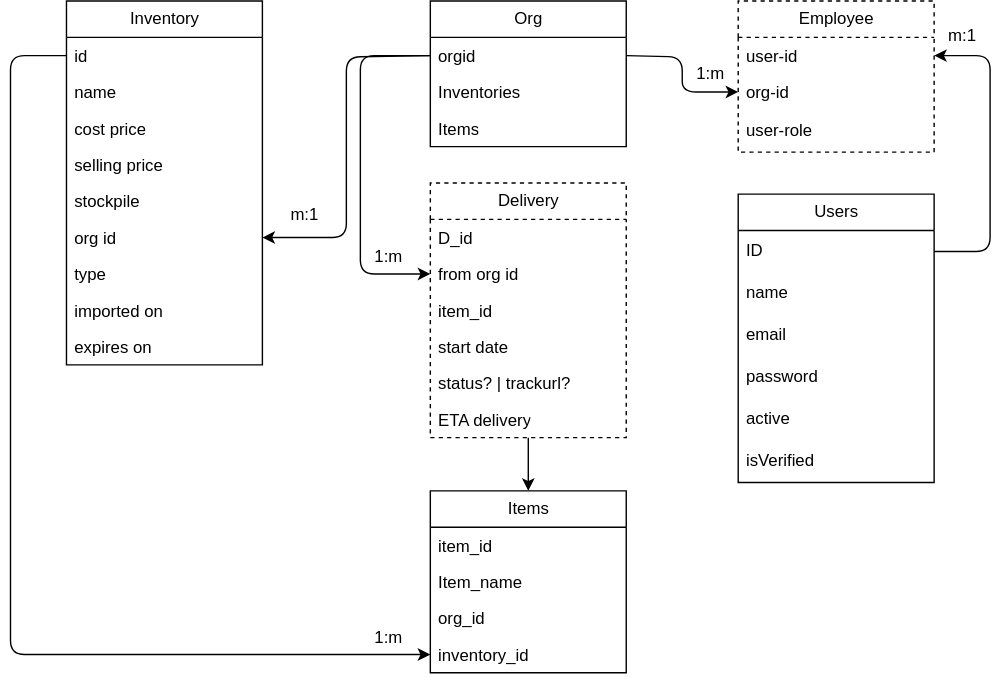
Earlier version of the draw.io export org.drawio.svg (GaurangTyagi123/logisick). Source tidied: cells renumbered, new cells last; positions are measured from the earlier drawing's top-left corner, leaving out a move shared by most shapes.
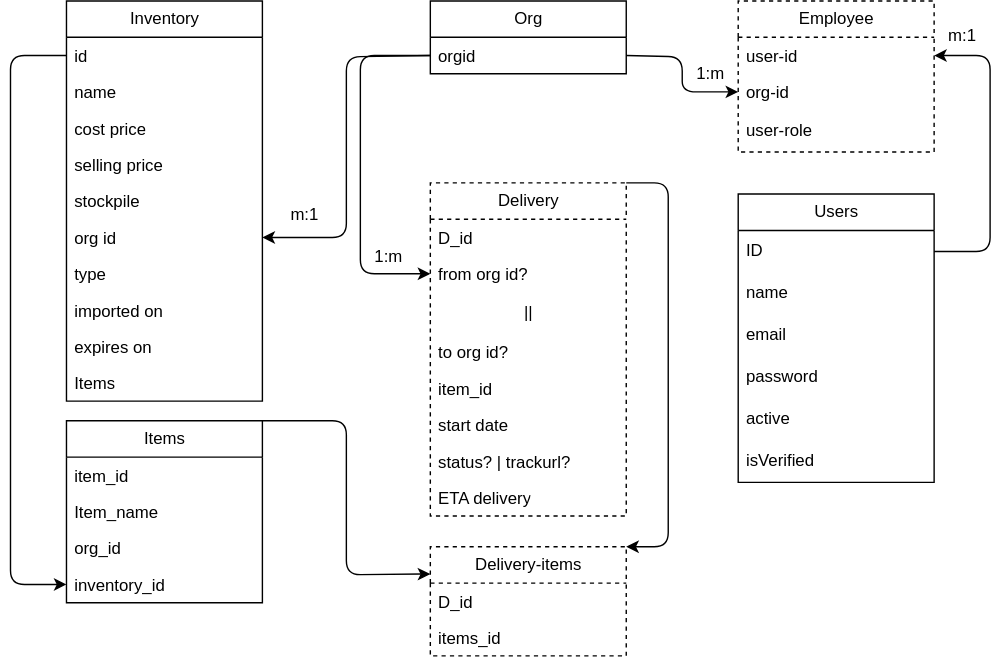
After the change.

What changed in the source:
```diff
@@ -3,17 +3,11 @@
     <mxCell id="0" />
     <mxCell id="1" parent="0" />
     <mxCell id="2" value="Org" style="swimlane;fontStyle=0;horizontal=1;startSize=26;fillColor=none;html=1;" parent="1" vertex="1">
-      <mxGeometry x="300" width="140" height="104" as="geometry" />
+      <mxGeometry x="300" width="140" height="52" as="geometry" />
     </mxCell>
     <mxCell id="3" value="orgid" style="text;strokeColor=none;fillColor=none;align=left;verticalAlign=top;spacingLeft=4;spacingRight=4;overflow=hidden;points=[[0,0.5],[1,0.5]];portConstraint=eastwest;whiteSpace=wrap;html=1;" parent="2" vertex="1">
       <mxGeometry y="26" width="140" height="26" as="geometry" />
     </mxCell>
-    <mxCell id="4" value="Inventories" style="text;strokeColor=none;fillColor=none;align=left;verticalAlign=top;spacingLeft=4;spacingRight=4;overflow=hidden;whiteSpace=wrap;html=1;" parent="2" vertex="1">
-      <mxGeometry y="52" width="140" height="26" as="geometry" />
-    </mxCell>
-    <mxCell id="5" value="Items" style="text;strokeColor=none;fillColor=none;align=left;verticalAlign=top;spacingLeft=4;spacingRight=4;overflow=hidden;whiteSpace=wrap;html=1;" parent="2" vertex="1">
-      <mxGeometry y="78" width="140" height="26" as="geometry" />
-    </mxCell>
     <mxCell id="6" value="Employee" style="swimlane;fontStyle=0;horizontal=1;startSize=26;fillColor=none;html=1;dashed=1;" parent="1" vertex="1">
       <mxGeometry x="520" width="140" height="108" as="geometry" />
     </mxCell>
@@ -26,32 +20,43 @@
     <mxCell id="9" value="user-role" style="text;strokeColor=none;fillColor=none;align=left;verticalAlign=middle;spacingLeft=4;spacingRight=4;overflow=hidden;whiteSpace=wrap;html=1;" parent="6" vertex="1">
       <mxGeometry y="78" width="140" height="30" as="geometry" />
     </mxCell>
-    <mxCell id="10" style="edgeStyle=none;html=1;exitX=0.5;exitY=1;exitDx=0;exitDy=0;entryX=0.5;entryY=0;entryDx=0;entryDy=0;" parent="1" edge="1" source="11" target="28">
-      <mxGeometry relative="1" as="geometry" />
-    </mxCell>
+    <mxCell id="50" style="edgeStyle=none;html=1;exitX=1;exitY=0;exitDx=0;exitDy=0;entryX=1;entryY=0;entryDx=0;entryDy=0;" parent="1" edge="1" source="11" target="54">
+      <mxGeometry relative="1" as="geometry">
+        <Array as="points">
+          <mxPoint x="470" y="130" />
+          <mxPoint x="470" y="390" />
+        </Array>
+      </mxGeometry>
+    </mxCell>
     <mxCell id="11" value="Delivery" style="swimlane;fontStyle=0;horizontal=1;startSize=26;fillColor=none;html=1;dashed=1;" parent="1" vertex="1">
-      <mxGeometry x="300" y="130" width="140" height="182" as="geometry" />
+      <mxGeometry x="300" y="130" width="140" height="238" as="geometry" />
     </mxCell>
     <mxCell id="12" value="D_id" style="text;strokeColor=none;fillColor=none;align=left;verticalAlign=top;spacingLeft=4;spacingRight=4;overflow=hidden;whiteSpace=wrap;html=1;" parent="11" vertex="1">
       <mxGeometry y="26" width="140" height="26" as="geometry" />
     </mxCell>
-    <mxCell id="13" value="from org id" style="text;strokeColor=none;fillColor=none;align=left;verticalAlign=top;spacingLeft=4;spacingRight=4;overflow=hidden;points=[[0,0.5],[1,0.5]];portConstraint=eastwest;whiteSpace=wrap;html=1;" parent="11" vertex="1">
+    <mxCell id="13" value="from org id?" style="text;strokeColor=none;fillColor=none;align=left;verticalAlign=top;spacingLeft=4;spacingRight=4;overflow=hidden;points=[[0,0.5],[1,0.5]];portConstraint=eastwest;whiteSpace=wrap;html=1;" parent="11" vertex="1">
       <mxGeometry y="52" width="140" height="26" as="geometry" />
     </mxCell>
+    <mxCell id="51" value="||&amp;nbsp; &amp;nbsp; &amp;nbsp; &amp;nbsp; &amp;nbsp; &amp;nbsp; &amp;nbsp; &amp;nbsp; &amp;nbsp; &amp;nbsp; &amp;nbsp; &amp;nbsp; &amp;nbsp; &amp;nbsp;" style="text;html=1;align=center;verticalAlign=middle;strokeColor=none;fillColor=none;" parent="11" vertex="1">
+      <mxGeometry y="78" width="140" height="30" as="geometry" />
+    </mxCell>
+    <mxCell id="52" value="to org id?" style="text;strokeColor=none;fillColor=none;align=left;verticalAlign=top;spacingLeft=4;spacingRight=4;overflow=hidden;whiteSpace=wrap;html=1;" parent="11" vertex="1">
+      <mxGeometry y="108" width="140" height="26" as="geometry" />
+    </mxCell>
     <mxCell id="14" value="item_id" style="text;strokeColor=none;fillColor=none;align=left;verticalAlign=top;spacingLeft=4;spacingRight=4;overflow=hidden;whiteSpace=wrap;html=1;" parent="11" vertex="1">
-      <mxGeometry y="78" width="140" height="26" as="geometry" />
+      <mxGeometry y="134" width="140" height="26" as="geometry" />
     </mxCell>
     <mxCell id="15" value="start date" style="text;strokeColor=none;fillColor=none;align=left;verticalAlign=top;spacingLeft=4;spacingRight=4;overflow=hidden;whiteSpace=wrap;html=1;" parent="11" vertex="1">
-      <mxGeometry y="104" width="140" height="26" as="geometry" />
+      <mxGeometry y="160" width="140" height="26" as="geometry" />
     </mxCell>
     <mxCell id="16" value="status? | trackurl?" style="text;strokeColor=none;fillColor=none;align=left;verticalAlign=top;spacingLeft=4;spacingRight=4;overflow=hidden;whiteSpace=wrap;html=1;" parent="11" vertex="1">
-      <mxGeometry y="130" width="140" height="26" as="geometry" />
+      <mxGeometry y="186" width="140" height="26" as="geometry" />
     </mxCell>
     <mxCell id="17" value="ETA delivery" style="text;strokeColor=none;fillColor=none;align=left;verticalAlign=top;spacingLeft=4;spacingRight=4;overflow=hidden;whiteSpace=wrap;html=1;" parent="11" vertex="1">
-      <mxGeometry y="156" width="140" height="26" as="geometry" />
+      <mxGeometry y="212" width="140" height="26" as="geometry" />
     </mxCell>
     <mxCell id="18" value="Inventory" style="swimlane;fontStyle=0;horizontal=1;startSize=26;fillColor=none;html=1;" parent="1" vertex="1">
-      <mxGeometry x="40" width="140" height="260" as="geometry" />
+      <mxGeometry x="40" width="140" height="286" as="geometry" />
     </mxCell>
     <mxCell id="19" value="id" style="text;strokeColor=none;fillColor=none;align=left;verticalAlign=top;spacingLeft=4;spacingRight=4;overflow=hidden;points=[[0,0.5],[1,0.5]];portConstraint=eastwest;whiteSpace=wrap;html=1;" parent="18" vertex="1">
       <mxGeometry y="26" width="140" height="26" as="geometry" />
@@ -80,8 +85,19 @@
     <mxCell id="27" value="expires on" style="text;strokeColor=none;fillColor=none;align=left;verticalAlign=top;spacingLeft=4;spacingRight=4;overflow=hidden;whiteSpace=wrap;html=1;" parent="18" vertex="1">
       <mxGeometry y="234" width="140" height="26" as="geometry" />
     </mxCell>
+    <mxCell id="5" value="Items" style="text;strokeColor=none;fillColor=none;align=left;verticalAlign=top;spacingLeft=4;spacingRight=4;overflow=hidden;whiteSpace=wrap;html=1;" parent="18" vertex="1">
+      <mxGeometry y="260" width="140" height="26" as="geometry" />
+    </mxCell>
+    <mxCell id="53" style="edgeStyle=none;html=1;exitX=1;exitY=0;exitDx=0;exitDy=0;entryX=0;entryY=0.25;entryDx=0;entryDy=0;" parent="1" edge="1" source="28" target="54">
+      <mxGeometry relative="1" as="geometry">
+        <Array as="points">
+          <mxPoint x="240" y="300" />
+          <mxPoint x="240" y="410" />
+        </Array>
+      </mxGeometry>
+    </mxCell>
     <mxCell id="28" value="Items" style="swimlane;fontStyle=0;horizontal=1;startSize=26;fillColor=none;html=1;" parent="1" vertex="1">
-      <mxGeometry x="300" y="350" width="140" height="130" as="geometry" />
+      <mxGeometry x="40" y="300" width="140" height="130" as="geometry" />
     </mxCell>
     <mxCell id="29" value="item_id" style="text;strokeColor=none;fillColor=none;align=left;verticalAlign=top;spacingLeft=4;spacingRight=4;overflow=hidden;whiteSpace=wrap;html=1;" parent="28" vertex="1">
       <mxGeometry y="26" width="140" height="26" as="geometry" />
@@ -124,7 +140,7 @@
       <mxGeometry relative="1" as="geometry">
         <Array as="points">
           <mxPoint y="39" />
-          <mxPoint y="467" />
+          <mxPoint y="417" />
         </Array>
       </mxGeometry>
     </mxCell>
@@ -168,8 +184,14 @@
         </Array>
       </mxGeometry>
     </mxCell>
-    <mxCell id="49" value="1:m" style="text;html=1;align=center;verticalAlign=middle;strokeColor=none;fillColor=none;" parent="1" vertex="1">
-      <mxGeometry x="250" y="440" width="40" height="30" as="geometry" />
-    </mxCell>
+    <mxCell id="54" value="Delivery-items" style="swimlane;fontStyle=0;horizontal=1;startSize=26;fillColor=none;html=1;dashed=1;" parent="1" vertex="1">
+      <mxGeometry x="300" y="390" width="140" height="78" as="geometry" />
+    </mxCell>
+    <mxCell id="55" value="D_id" style="text;strokeColor=none;fillColor=none;align=left;verticalAlign=top;spacingLeft=4;spacingRight=4;overflow=hidden;whiteSpace=wrap;html=1;" parent="54" vertex="1">
+      <mxGeometry y="26" width="140" height="26" as="geometry" />
+    </mxCell>
+    <mxCell id="56" value="items_id" style="text;strokeColor=none;fillColor=none;align=left;verticalAlign=top;spacingLeft=4;spacingRight=4;overflow=hidden;whiteSpace=wrap;html=1;" parent="54" vertex="1">
+      <mxGeometry y="52" width="140" height="26" as="geometry" />
+    </mxCell>
   </root>
 </mxGraphModel>
```
